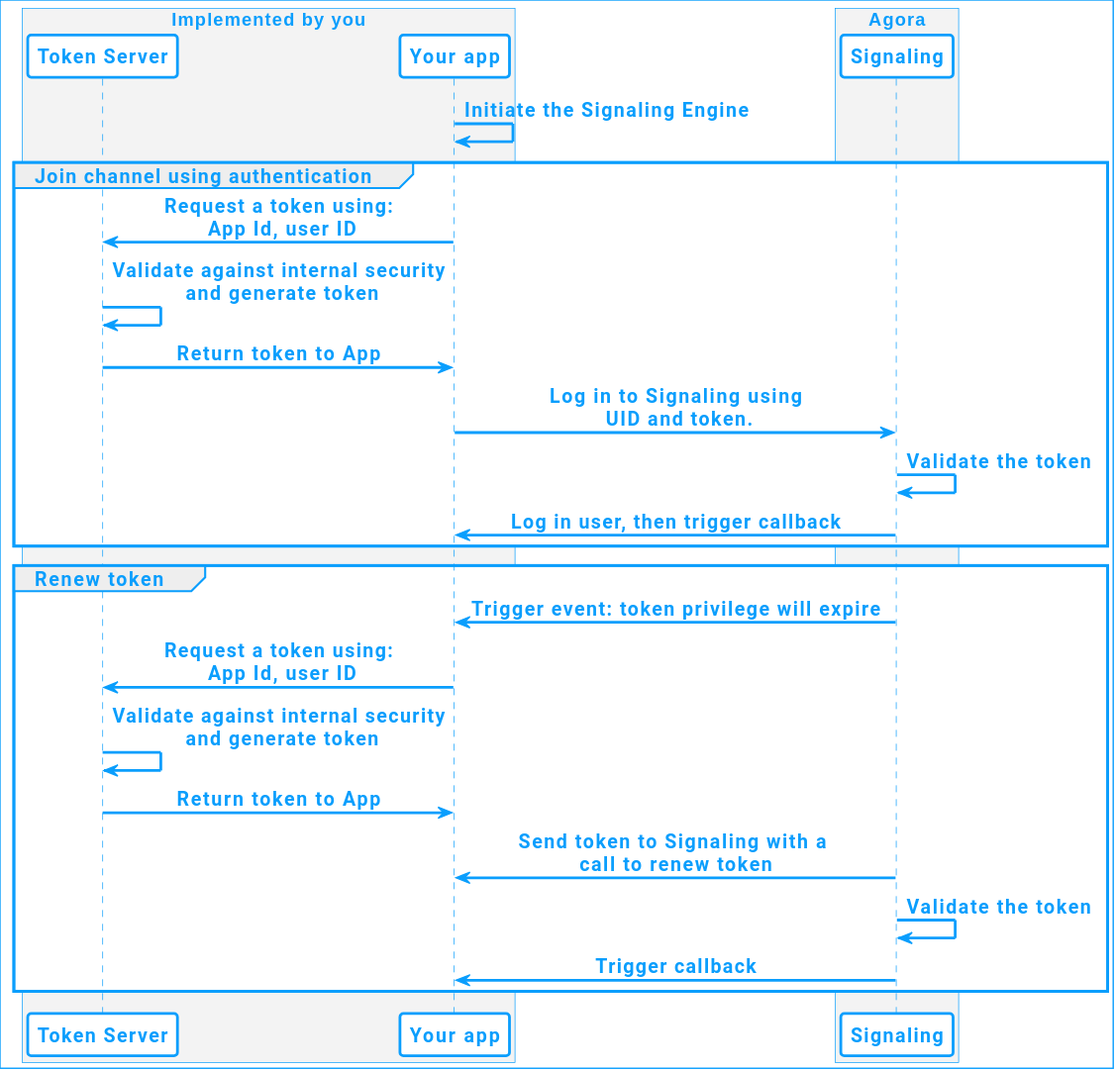
The PlantUML diagram assets/images/signaling/authentication-workflow.svg in AgoraIO/Docs-Source, before a commit.
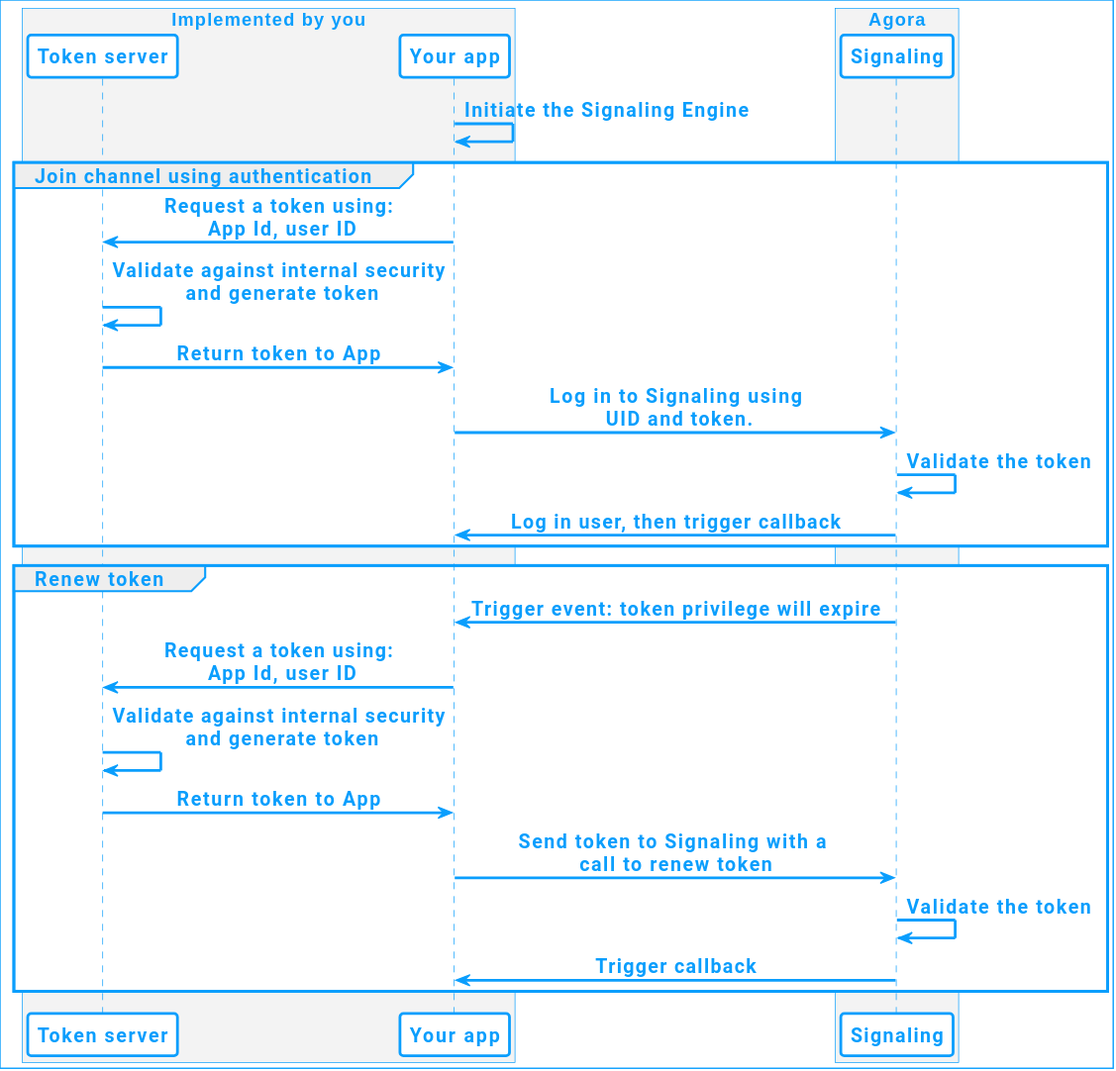
The same file after the commit.

What changed in the source:
```diff
@@ -5,7 +5,7 @@
 
 box "Implemented by you"
 
-participant  "Token Server" as TS
+participant  "Token server" as TS
 
 participant "Your app" as APP
 
@@ -33,7 +33,7 @@
 APP -> TS: Request a token using:\n App Id, user ID
 TS -> TS: Validate against internal security\n and generate token
 TS -> APP: Return token to App
-API -> APP: Send token to Signaling with a \ncall to renew token
+API <- APP: Send token to Signaling with a \ncall to renew token
 API -> API: Validate the token
 API -> APP: Trigger callback
 end
```
